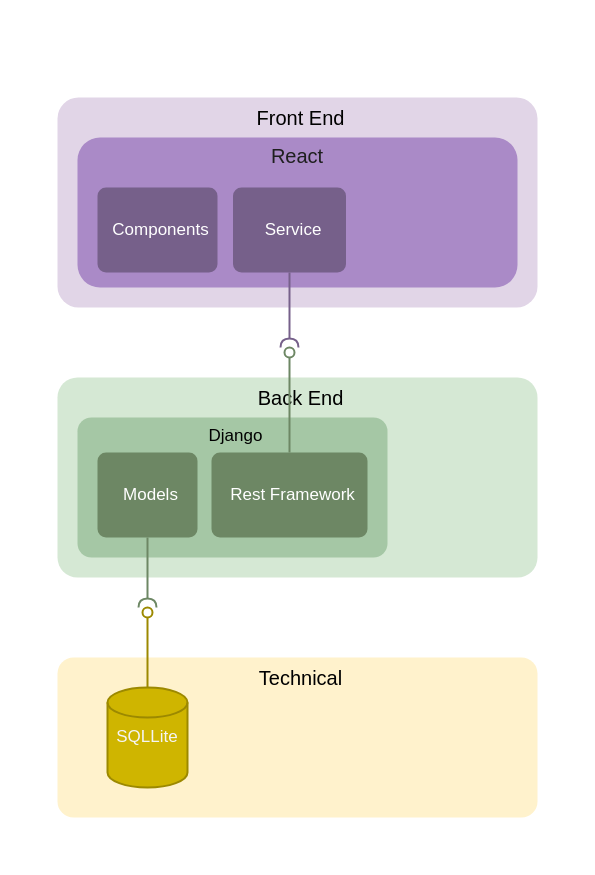
Before: artifacts/files/draw_io/architecture_01.drawio in TerrorJacktyl/jinx-it-project, a draw.io diagram. Source tidied: cells renumbered, new cells numbered last; positions are measured from the earlier drawing's top-left corner, leaving out a move shared by most shapes. Both pictures are drawn from the tidied source at 100%, with x=0, y=0 at pixel (57, 97).
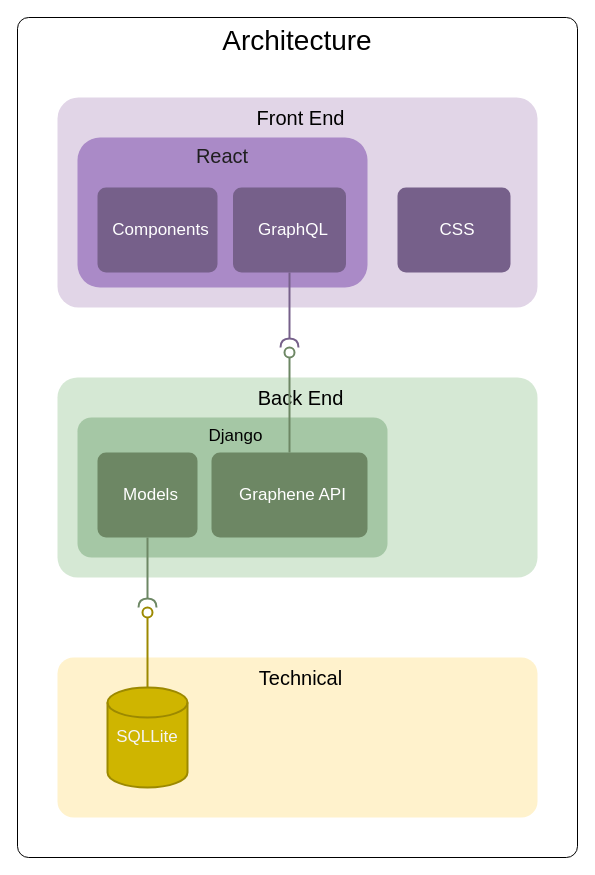
The same page after the edit.

Commit message (it also covers changes not shown here):
Updated architecture drawing

Change to the diagram source:
```diff
@@
 <mxGraphModel>
   <root>
     <mxCell id="0" />
     <mxCell id="1" parent="0" />
+    <mxCell id="18" value="Architecture" style="rounded=1;whiteSpace=wrap;html=1;arcSize=2;verticalAlign=top;fontSize=28;" parent="1" vertex="1">
+      <mxGeometry x="-40" y="-80" width="560" height="840" as="geometry" />
+    </mxCell>
     <mxCell id="2" value="Front End" style="rounded=1;whiteSpace=wrap;html=1;align=center;fillColor=#e1d5e7;verticalAlign=top;spacingLeft=7;fontSize=20;spacing=4;arcSize=10;strokeColor=none;" parent="1" vertex="1">
       <mxGeometry width="480" height="210" as="geometry" />
     </mxCell>
     <mxCell id="3" value="Back End" style="rounded=1;whiteSpace=wrap;html=1;align=center;fillColor=#d5e8d4;verticalAlign=top;spacingLeft=7;fontSize=20;spacing=4;arcSize=10;strokeColor=none;" parent="1" vertex="1">
       <mxGeometry y="280" width="480" height="200" as="geometry" />
     </mxCell>
     <mxCell id="4" value="Technical" style="rounded=1;whiteSpace=wrap;html=1;align=center;fillColor=#fff2cc;verticalAlign=top;spacingLeft=7;fontSize=20;spacing=4;arcSize=10;strokeColor=none;" parent="1" vertex="1">
       <mxGeometry y="560" width="480" height="160" as="geometry" />
     </mxCell>
     <mxCell id="5" value="React" style="rounded=1;whiteSpace=wrap;html=1;fontSize=20;align=center;verticalAlign=top;strokeColor=none;fillColor=#AA8AC7;fontColor=#1F1F1F;" parent="1" vertex="1">
-      <mxGeometry x="20" y="40" width="440" height="150" as="geometry" />
+      <mxGeometry x="20" y="40" width="290" height="150" as="geometry" />
     </mxCell>
     <mxCell id="6" value="Django" style="rounded=1;whiteSpace=wrap;html=1;fontSize=17;align=center;fontColor=#000000;verticalAlign=top;spacing=4;spacingLeft=7;arcSize=10;fillColor=#A5C7A5;strokeColor=none;" parent="1" vertex="1">
       <mxGeometry x="20" y="320" width="310" height="140" as="geometry" />
     </mxCell>
     <mxCell id="7" value="Models" style="rounded=1;whiteSpace=wrap;html=1;fontSize=17;align=center;fontColor=#ffffff;verticalAlign=middle;spacing=4;spacingLeft=7;arcSize=10;fillColor=#6d8764;strokeColor=none;" parent="1" vertex="1">
       <mxGeometry x="40" y="355" width="100" height="85" as="geometry" />
     </mxCell>
     <mxCell id="8" style="jettySize=auto;html=1;endArrow=none;fontSize=12;fillColor=#ffffff;strokeWidth=2;strokeColor=#9C8900;" parent="1" edge="1" source="11" target="10">
       <mxGeometry relative="1" as="geometry" />
     </mxCell>
     <mxCell id="9" style="rounded=0;jettySize=auto;html=1;endArrow=halfCircle;endFill=0;endSize=6;strokeWidth=2;fontSize=17;fillColor=#6d8764;strokeColor=#6D8764;" parent="1" edge="1" source="7" target="10">
       <mxGeometry relative="1" as="geometry" />
     </mxCell>
     <mxCell id="10" style="ellipse;whiteSpace=wrap;html=1;fontFamily=Helvetica;fontSize=12;fontColor=#000000;align=center;fillColor=#ffffff;points=[];strokeColor=#9C8900;strokeWidth=2;" parent="1" vertex="1">
       <mxGeometry x="85" y="510" width="10" height="10" as="geometry" />
     </mxCell>
     <mxCell id="11" value="SQLLite" style="shape=cylinder2;whiteSpace=wrap;html=1;boundedLbl=1;backgroundOutline=1;size=15;strokeWidth=2;fontSize=17;align=center;fontColor=#F5F5F5;strokeColor=#9C8900;fillColor=#CFB500;" parent="1" vertex="1">
       <mxGeometry x="50" y="590" width="80" height="100" as="geometry" />
     </mxCell>
-    <mxCell id="12" value="Rest Framework" style="rounded=1;whiteSpace=wrap;html=1;fontSize=17;align=center;fontColor=#ffffff;verticalAlign=middle;spacing=4;spacingLeft=7;arcSize=10;strokeColor=none;fillColor=#6D8764;" parent="1" vertex="1">
+    <mxCell id="12" value="Graphene API" style="rounded=1;whiteSpace=wrap;html=1;fontSize=17;align=center;fontColor=#ffffff;verticalAlign=middle;spacing=4;spacingLeft=7;arcSize=10;strokeColor=none;fillColor=#6D8764;" parent="1" vertex="1">
       <mxGeometry x="154" y="355" width="156" height="85" as="geometry" />
     </mxCell>
-    <mxCell id="13" value="Service" style="rounded=1;whiteSpace=wrap;html=1;fontSize=17;align=center;fontColor=#ffffff;verticalAlign=middle;spacing=4;spacingLeft=7;arcSize=10;strokeColor=none;fillColor=#76608A;" parent="1" vertex="1">
+    <mxCell id="13" value="GraphQL" style="rounded=1;whiteSpace=wrap;html=1;fontSize=17;align=center;fontColor=#ffffff;verticalAlign=middle;spacing=4;spacingLeft=7;arcSize=10;strokeColor=none;fillColor=#76608A;" parent="1" vertex="1">
       <mxGeometry x="175.5" y="90" width="113" height="85" as="geometry" />
     </mxCell>
     <mxCell id="14" style="jettySize=auto;html=1;endArrow=none;fontSize=12;fillColor=#ffffff;strokeWidth=2;strokeColor=#6D8764;" parent="1" edge="1" source="12" target="16">
       <mxGeometry relative="1" as="geometry" />
     </mxCell>
     <mxCell id="15" style="rounded=0;jettySize=auto;html=1;endArrow=halfCircle;endFill=0;endSize=6;strokeWidth=2;fontSize=17;fillColor=#6d8764;strokeColor=#76608A;" parent="1" edge="1" source="13" target="16">
       <mxGeometry relative="1" as="geometry" />
     </mxCell>
     <mxCell id="16" style="ellipse;whiteSpace=wrap;html=1;fontFamily=Helvetica;fontSize=12;fontColor=#000000;align=center;fillColor=#ffffff;points=[];strokeWidth=2;strokeColor=#6D8764;" parent="1" vertex="1">
       <mxGeometry x="227" y="250" width="10" height="10" as="geometry" />
     </mxCell>
     <mxCell id="17" value="Components" style="rounded=1;whiteSpace=wrap;html=1;fontSize=17;align=center;fontColor=#ffffff;verticalAlign=middle;spacing=4;spacingLeft=7;arcSize=10;strokeColor=none;fillColor=#76608A;" parent="1" vertex="1">
       <mxGeometry x="40" y="90" width="120" height="85" as="geometry" />
     </mxCell>
+    <mxCell id="19" value="CSS" style="rounded=1;whiteSpace=wrap;html=1;fontSize=17;align=center;fontColor=#ffffff;verticalAlign=middle;spacing=4;spacingLeft=7;arcSize=10;strokeColor=none;fillColor=#76608A;" parent="1" vertex="1">
+      <mxGeometry x="340" y="90" width="113" height="85" as="geometry" />
+    </mxCell>
   </root>
 </mxGraphModel>
```
